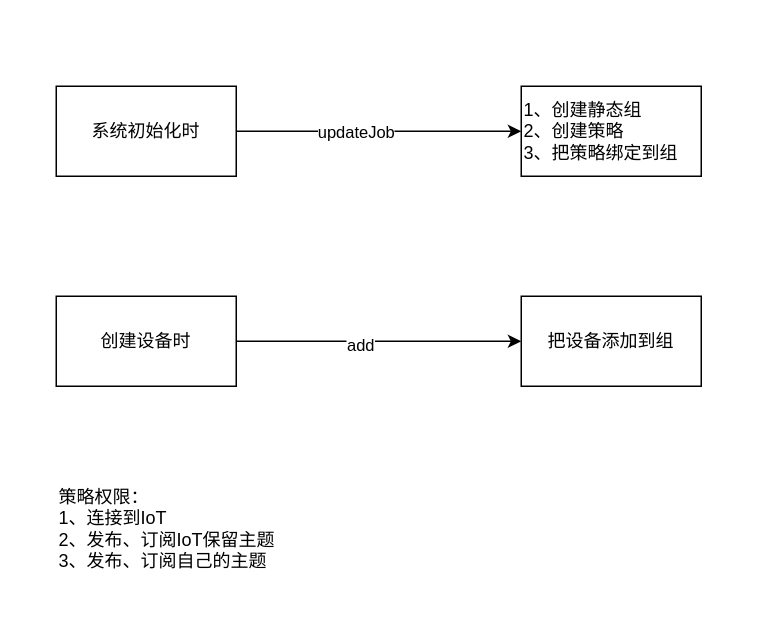
Before: IoT权限控制.drawio in huhailong147/Test, a draw.io diagram. Source tidied: cells renumbered, new cells numbered last; positions are measured from the earlier drawing's top-left corner, leaving out a move shared by most shapes. Both pictures are drawn from the tidied source at 150%, with x=0, y=0 at pixel (56, 86).
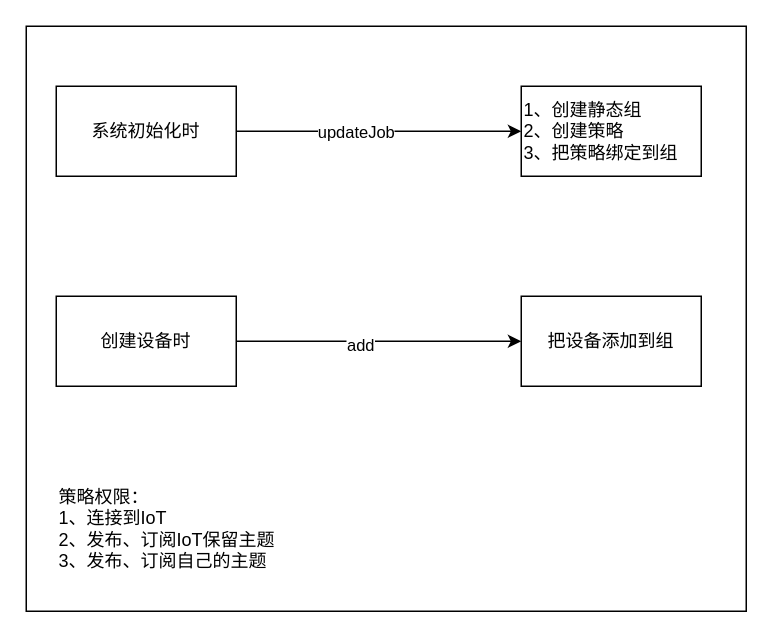
The same diagram, later.

The edit, as a diff of the source:
```diff
@@
 <mxGraphModel>
   <root>
     <mxCell id="0" />
     <mxCell id="1" parent="0" />
+    <mxCell id="11" style="rounded=0;whiteSpace=wrap;html=1;" parent="1" vertex="1">
+      <mxGeometry x="-20" y="-40" width="480" height="390" as="geometry" />
+    </mxCell>
     <mxCell id="2" style="edgeStyle=orthogonalEdgeStyle;rounded=0;jettySize=auto;html=1;" parent="1" edge="1" source="4" target="5">
       <mxGeometry relative="1" as="geometry" />
     </mxCell>
     <mxCell id="3" value="updateJob" style="edgeLabel;html=1;align=center;verticalAlign=middle;" parent="2" vertex="1">
       <mxGeometry x="-0.17" relative="1" as="geometry" />
     </mxCell>
     <mxCell id="4" value="系统初始化时" style="rounded=0;whiteSpace=wrap;html=1;" parent="1" vertex="1">
       <mxGeometry width="120" height="60" as="geometry" />
     </mxCell>
     <mxCell id="5" value="1、创建静态组&lt;br&gt;2、创建策略&lt;br&gt;3、把策略绑定到组" style="whiteSpace=wrap;html=1;rounded=0;align=left;" parent="1" vertex="1">
       <mxGeometry x="310" width="120" height="60" as="geometry" />
     </mxCell>
     <mxCell id="6" style="edgeStyle=orthogonalEdgeStyle;rounded=0;jettySize=auto;html=1;" parent="1" edge="1" source="8" target="9">
       <mxGeometry relative="1" as="geometry" />
     </mxCell>
     <mxCell id="7" value="add" style="edgeLabel;html=1;align=center;verticalAlign=middle;" parent="6" vertex="1">
       <mxGeometry x="-0.14" y="-2" relative="1" as="geometry" />
     </mxCell>
     <mxCell id="8" value="创建设备时" style="rounded=0;whiteSpace=wrap;html=1;" parent="1" vertex="1">
       <mxGeometry y="140" width="120" height="60" as="geometry" />
     </mxCell>
     <mxCell id="9" value="把设备添加到组" style="whiteSpace=wrap;html=1;rounded=0;" parent="1" vertex="1">
       <mxGeometry x="310" y="140" width="120" height="60" as="geometry" />
     </mxCell>
     <mxCell id="10" value="策略权限：&lt;br&gt;1、连接到IoT&lt;br&gt;2、发布、订阅IoT保留主题&lt;br&gt;3、发布、订阅自己的主题" style="text;html=1;strokeColor=none;fillColor=none;align=left;verticalAlign=middle;whiteSpace=wrap;rounded=0;" parent="1" vertex="1">
       <mxGeometry y="260" width="430" height="70" as="geometry" />
     </mxCell>
   </root>
 </mxGraphModel>
```
